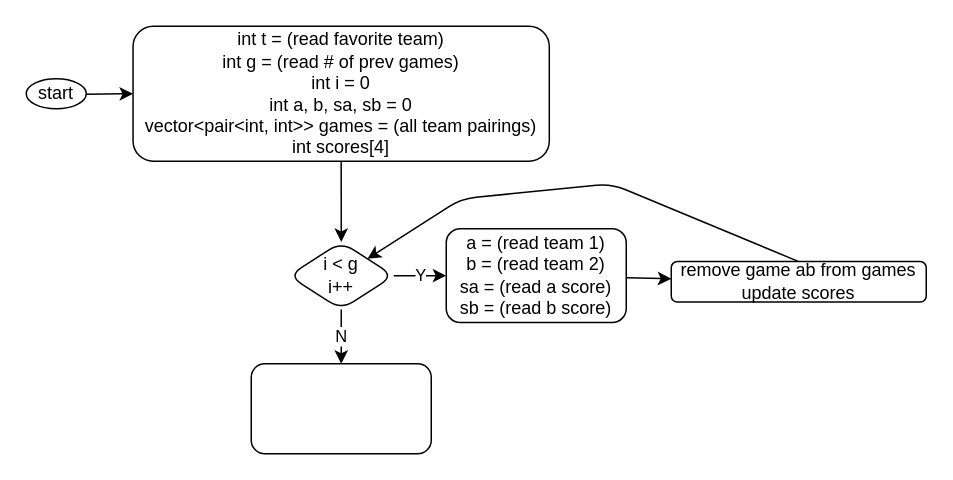
Above: page "main" (1 of 2) of c++/cccPractice/problems/senior/2013/design/s3.dio in andrew-canada/gomoku (draw.io), before the change. Source tidied: cells renumbered, new cells numbered last; positions are measured from the earlier drawing's top-left corner, leaving out a move shared by most shapes. Both pictures are drawn from the tidied source at 150%, with x=0, y=0 at pixel (26, 26).
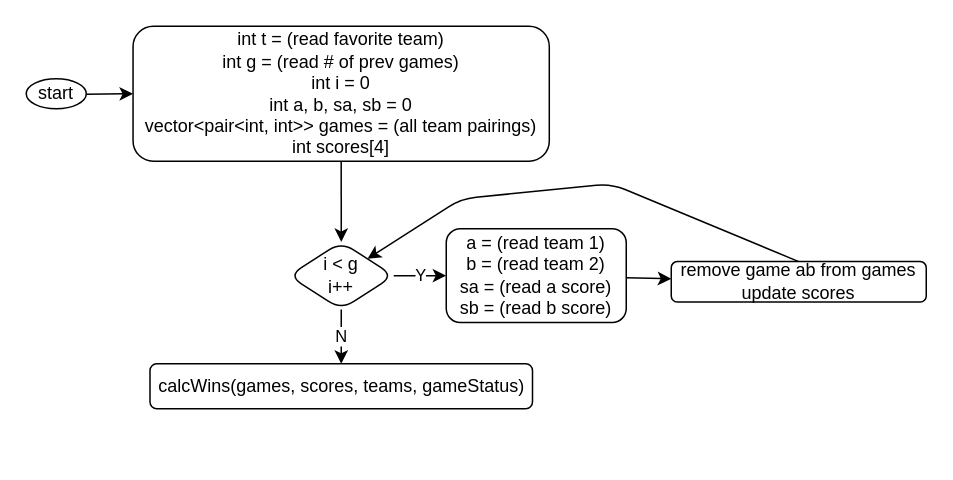
The same diagram, later.

What changed in the source:
```diff
@@
 <mxGraphModel>
   <root>
     <mxCell id="0" />
     <mxCell id="1" parent="0" />
     <mxCell id="2" style="edgeStyle=none;html=1;" parent="1" edge="1" source="3" target="8">
       <mxGeometry relative="1" as="geometry" />
     </mxCell>
     <mxCell id="3" value="int t = (read favorite team)&lt;br&gt;int g = (read # of prev games)&lt;br&gt;int i = 0&lt;br&gt;int a, b, sa, sb = 0&lt;br&gt;vector&amp;lt;pair&amp;lt;int, int&amp;gt;&amp;gt; games = (all team pairings)&lt;br&gt;int scores[4]" style="rounded=1;whiteSpace=wrap;html=1;" parent="1" vertex="1">
       <mxGeometry x="71.2" width="277.5" height="90" as="geometry" />
     </mxCell>
     <mxCell id="4" style="edgeStyle=none;html=1;" parent="1" edge="1" source="5" target="3">
       <mxGeometry relative="1" as="geometry" />
     </mxCell>
     <mxCell id="5" value="start" style="ellipse;whiteSpace=wrap;html=1;" parent="1" vertex="1">
       <mxGeometry y="35" width="40" height="20" as="geometry" />
     </mxCell>
     <mxCell id="6" value="Y" style="edgeStyle=none;html=1;" parent="1" edge="1" source="8" target="10">
       <mxGeometry relative="1" as="geometry" />
     </mxCell>
     <mxCell id="7" value="N" style="edgeStyle=none;html=1;" parent="1" edge="1" source="8" target="11">
       <mxGeometry relative="1" as="geometry" />
     </mxCell>
     <mxCell id="8" value="i &amp;lt; g&lt;br&gt;i++" style="rhombus;whiteSpace=wrap;html=1;rounded=1;" parent="1" vertex="1">
       <mxGeometry x="175" y="143.8" width="70" height="45" as="geometry" />
     </mxCell>
     <mxCell id="9" style="edgeStyle=none;html=1;" parent="1" edge="1" source="10" target="13">
       <mxGeometry relative="1" as="geometry" />
     </mxCell>
     <mxCell id="10" value="a = (read team 1)&lt;br&gt;b = (read team 2)&lt;br&gt;sa = (read a score)&lt;br&gt;sb = (read b score)" style="whiteSpace=wrap;html=1;rounded=1;" parent="1" vertex="1">
       <mxGeometry x="280" y="135" width="120" height="62.5" as="geometry" />
     </mxCell>
-    <mxCell id="11" style="whiteSpace=wrap;html=1;rounded=1;" parent="1" vertex="1">
-      <mxGeometry x="150" y="225" width="120" height="60" as="geometry" />
+    <mxCell id="11" value="calcWins(games, scores, teams, gameStatus)" style="whiteSpace=wrap;html=1;rounded=1;" parent="1" vertex="1">
+      <mxGeometry x="82.5" y="225" width="255" height="30" as="geometry" />
     </mxCell>
     <mxCell id="12" style="edgeStyle=none;html=1;exitX=0.5;exitY=0;exitDx=0;exitDy=0;entryX=1;entryY=0;entryDx=0;entryDy=0;" parent="1" edge="1" source="13" target="8">
       <mxGeometry relative="1" as="geometry">
         <Array as="points">
           <mxPoint x="390" y="105" />
           <mxPoint x="290" y="115" />
         </Array>
       </mxGeometry>
     </mxCell>
     <mxCell id="13" value="remove game ab from games&lt;br&gt;update scores" style="whiteSpace=wrap;html=1;rounded=1;" parent="1" vertex="1">
       <mxGeometry x="430" y="156.9" width="170" height="26.9" as="geometry" />
     </mxCell>
   </root>
 </mxGraphModel>
```
